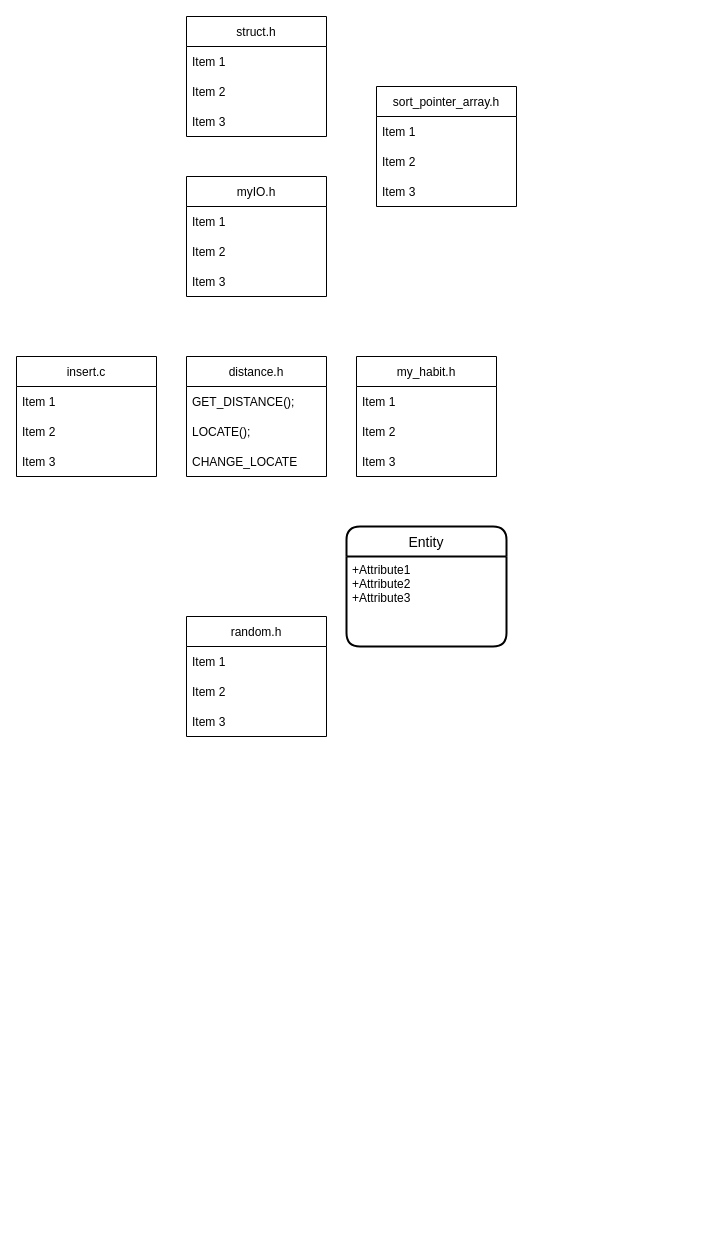
The draw.io diagram Untitled Diagram3.drawio in TzuyenHuang/final_project-Structure_chart, before the edit. Source tidied: cells renumbered, new cells numbered last; positions are measured from the earlier drawing's top-left corner, leaving out a move shared by most shapes. Both pictures are drawn from the tidied source at 100%, with x=0, y=0 at pixel (16, 16).
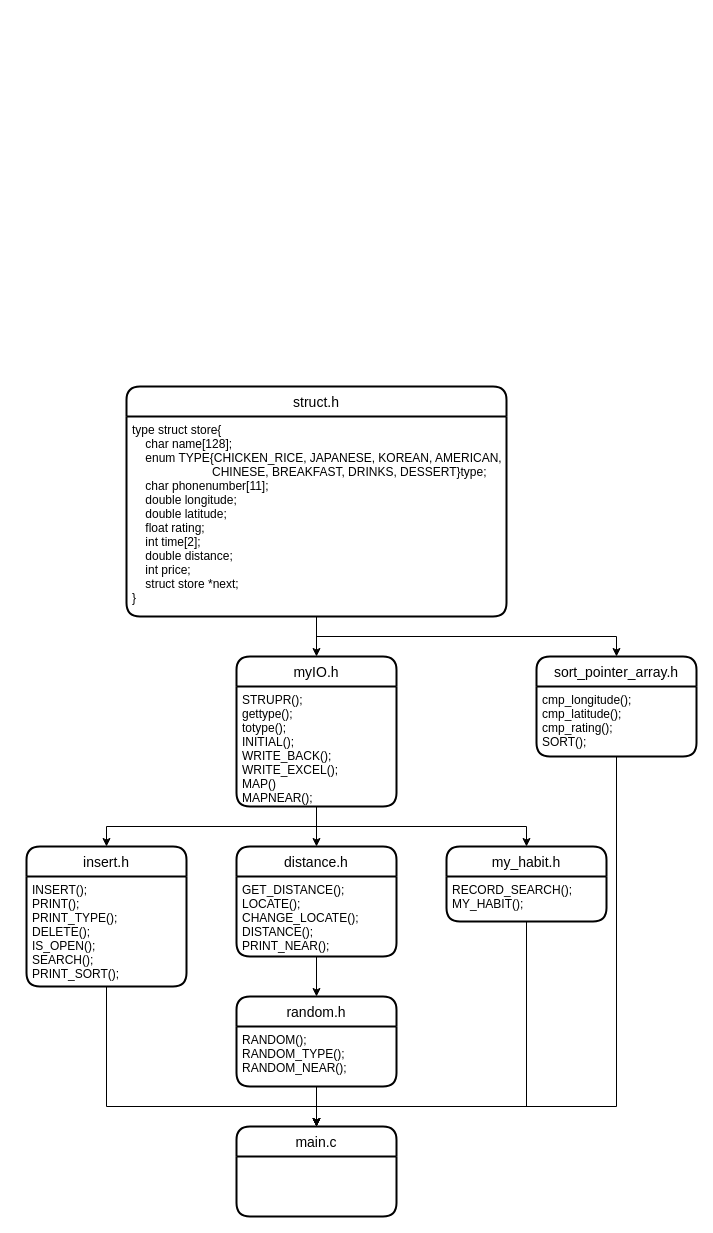
After the change.

Change to the diagram source:
```diff
@@
+    <mxCell id="26" value="my_habit.h" style="swimlane;horizontal=1;startSize=30;rounded=1;fontSize=14;fontStyle=0;strokeWidth=2;shadow=0;dashed=0;align=center;" parent="1" vertex="1">
+      <mxGeometry x="430" y="830" width="160" height="75" as="geometry" />
+    </mxCell>
+    <mxCell id="32" value="RECORD_SEARCH();&#10;MY_HABIT();" style="align=left;strokeColor=none;fillColor=none;spacingLeft=4;fontSize=12;verticalAlign=top;" parent="26" vertex="1">
+      <mxGeometry y="30" width="160" height="45" as="geometry" />
+    </mxCell>
+    <mxCell id="33" value="insert.h" style="swimlane;horizontal=1;startSize=30;rounded=1;fontSize=14;fontStyle=0;strokeWidth=2;shadow=0;dashed=0;align=center;" parent="1" vertex="1">
+      <mxGeometry x="10" y="830" width="160" height="140" as="geometry" />
+    </mxCell>
+    <mxCell id="34" value="INSERT();&#10;PRINT();&#10;PRINT_TYPE();&#10;DELETE();&#10;IS_OPEN();&#10;SEARCH();&#10;PRINT_SORT();" style="align=left;strokeColor=none;fillColor=none;spacingLeft=4;fontSize=12;verticalAlign=top;" parent="33" vertex="1">
+      <mxGeometry y="30" width="160" height="110" as="geometry" />
+    </mxCell>
+    <mxCell id="22" value="random.h" style="swimlane;horizontal=1;startSize=30;rounded=1;fontSize=14;fontStyle=0;strokeWidth=2;shadow=0;dashed=0;align=center;" parent="1" vertex="1">
+      <mxGeometry x="220" y="980" width="160" height="90" as="geometry" />
+    </mxCell>
+    <mxCell id="35" value="RANDOM();&#10;RANDOM_TYPE();&#10;RANDOM_NEAR();" style="align=left;strokeColor=none;fillColor=none;spacingLeft=4;fontSize=12;verticalAlign=top;" parent="22" vertex="1">
+      <mxGeometry y="30" width="160" height="60" as="geometry" />
+    </mxCell>
+    <mxCell id="18" value="distance.h" style="swimlane;horizontal=1;startSize=30;rounded=1;fontSize=14;fontStyle=0;strokeWidth=2;shadow=0;dashed=0;align=center;" parent="1" vertex="1">
+      <mxGeometry x="220" y="830" width="160" height="110" as="geometry" />
+    </mxCell>
+    <mxCell id="36" value="GET_DISTANCE();&#10;LOCATE();&#10;CHANGE_LOCATE();&#10;DISTANCE();&#10;PRINT_NEAR();" style="align=left;strokeColor=none;fillColor=none;spacingLeft=4;fontSize=12;verticalAlign=top;" parent="18" vertex="1">
+      <mxGeometry y="30" width="160" height="80" as="geometry" />
+    </mxCell>
+    <mxCell id="14" value="sort_pointer_array.h" style="swimlane;horizontal=1;startSize=30;rounded=1;fontSize=14;fontStyle=0;strokeWidth=2;shadow=0;dashed=0;align=center;" parent="1" vertex="1">
+      <mxGeometry x="520" y="640" width="160" height="100" as="geometry" />
+    </mxCell>
+    <mxCell id="37" value="cmp_longitude();&#10;cmp_latitude();&#10;cmp_rating();&#10;SORT();" style="align=left;strokeColor=none;fillColor=none;spacingLeft=4;fontSize=12;verticalAlign=top;" parent="14" vertex="1">
+      <mxGeometry y="30" width="160" height="70" as="geometry" />
+    </mxCell>
-    <mxCell id="2" value="struct.h" style="swimlane;fontStyle=0;horizontal=1;startSize=30;" parent="1" vertex="1">
-      <mxGeometry x="170" width="140" height="120" as="geometry" />
+    <mxCell id="2" value="struct.h" style="swimlane;horizontal=1;startSize=30;rounded=1;fontSize=14;fontStyle=0;strokeWidth=2;shadow=0;dashed=0;align=center;" parent="1" vertex="1">
+      <mxGeometry x="110" y="370" width="380" height="230" as="geometry" />
     </mxCell>
-    <mxCell id="3" value="Item 1" style="text;strokeColor=none;fillColor=none;align=left;verticalAlign=middle;spacingLeft=4;spacingRight=4;overflow=hidden;" parent="2" vertex="1">
-      <mxGeometry y="30" width="140" height="30" as="geometry" />
-    </mxCell>
-    <mxCell id="4" value="Item 2" style="text;strokeColor=none;fillColor=none;align=left;verticalAlign=middle;spacingLeft=4;spacingRight=4;overflow=hidden;" parent="2" vertex="1">
-      <mxGeometry y="60" width="140" height="30" as="geometry" />
-    </mxCell>
-    <mxCell id="5" value="Item 3" style="text;strokeColor=none;fillColor=none;align=left;verticalAlign=middle;spacingLeft=4;spacingRight=4;overflow=hidden;" parent="2" vertex="1">
-      <mxGeometry y="90" width="140" height="30" as="geometry" />
-    </mxCell>
+    <mxCell id="38" value="type struct store{&#10;    char name[128];&#10;    enum TYPE{CHICKEN_RICE, JAPANESE, KOREAN, AMERICAN,&#10;                        CHINESE, BREAKFAST, DRINKS, DESSERT}type;&#10;    char phonenumber[11];&#10;    double longitude;&#10;    double latitude;&#10;    float rating;&#10;    int time[2];&#10;    double distance;&#10;    int price;&#10;    struct store *next;&#10;}" style="align=left;strokeColor=none;fillColor=none;spacingLeft=4;fontSize=12;verticalAlign=top;" parent="2" vertex="1">
+      <mxGeometry y="30" width="380" height="200" as="geometry" />
+    </mxCell>
-    <mxCell id="6" value="myIO.h" style="swimlane;fontStyle=0;horizontal=1;startSize=30;" parent="1" vertex="1">
-      <mxGeometry x="170" y="160" width="140" height="120" as="geometry" />
+    <mxCell id="6" value="myIO.h" style="swimlane;horizontal=1;startSize=30;rounded=1;fontSize=14;fontStyle=0;strokeWidth=2;shadow=0;dashed=0;align=center;" parent="1" vertex="1">
+      <mxGeometry x="220" y="640" width="160" height="150" as="geometry" />
     </mxCell>
-    <mxCell id="7" value="Item 1" style="text;strokeColor=none;fillColor=none;align=left;verticalAlign=middle;spacingLeft=4;spacingRight=4;overflow=hidden;" parent="6" vertex="1">
-      <mxGeometry y="30" width="140" height="30" as="geometry" />
-    </mxCell>
-    <mxCell id="8" value="Item 2" style="text;strokeColor=none;fillColor=none;align=left;verticalAlign=middle;spacingLeft=4;spacingRight=4;overflow=hidden;" parent="6" vertex="1">
-      <mxGeometry y="60" width="140" height="30" as="geometry" />
-    </mxCell>
-    <mxCell id="9" value="Item 3" style="text;strokeColor=none;fillColor=none;align=left;verticalAlign=middle;spacingLeft=4;spacingRight=4;overflow=hidden;" parent="6" vertex="1">
-      <mxGeometry y="90" width="140" height="30" as="geometry" />
-    </mxCell>
-    <mxCell id="10" value="insert.c" style="swimlane;fontStyle=0;horizontal=1;startSize=30;" parent="1" vertex="1">
-      <mxGeometry y="340" width="140" height="120" as="geometry" />
-    </mxCell>
-    <mxCell id="11" value="Item 1" style="text;strokeColor=none;fillColor=none;align=left;verticalAlign=middle;spacingLeft=4;spacingRight=4;overflow=hidden;" parent="10" vertex="1">
-      <mxGeometry y="30" width="140" height="30" as="geometry" />
-    </mxCell>
-    <mxCell id="12" value="Item 2" style="text;strokeColor=none;fillColor=none;align=left;verticalAlign=middle;spacingLeft=4;spacingRight=4;overflow=hidden;" parent="10" vertex="1">
-      <mxGeometry y="60" width="140" height="30" as="geometry" />
-    </mxCell>
-    <mxCell id="13" value="Item 3" style="text;strokeColor=none;fillColor=none;align=left;verticalAlign=middle;spacingLeft=4;spacingRight=4;overflow=hidden;" parent="10" vertex="1">
-      <mxGeometry y="90" width="140" height="30" as="geometry" />
-    </mxCell>
-    <mxCell id="14" value="sort_pointer_array.h" style="swimlane;fontStyle=0;horizontal=1;startSize=30;" parent="1" vertex="1">
-      <mxGeometry x="360" y="70" width="140" height="120" as="geometry" />
-    </mxCell>
-    <mxCell id="15" value="Item 1" style="text;strokeColor=none;fillColor=none;align=left;verticalAlign=middle;spacingLeft=4;spacingRight=4;overflow=hidden;" parent="14" vertex="1">
-      <mxGeometry y="30" width="140" height="30" as="geometry" />
-    </mxCell>
-    <mxCell id="16" value="Item 2" style="text;strokeColor=none;fillColor=none;align=left;verticalAlign=middle;spacingLeft=4;spacingRight=4;overflow=hidden;" parent="14" vertex="1">
-      <mxGeometry y="60" width="140" height="30" as="geometry" />
-    </mxCell>
-    <mxCell id="17" value="Item 3" style="text;strokeColor=none;fillColor=none;align=left;verticalAlign=middle;spacingLeft=4;spacingRight=4;overflow=hidden;" parent="14" vertex="1">
-      <mxGeometry y="90" width="140" height="30" as="geometry" />
-    </mxCell>
-    <mxCell id="18" value="distance.h" style="swimlane;fontStyle=0;horizontal=1;startSize=30;" parent="1" vertex="1">
-      <mxGeometry x="170" y="340" width="140" height="120" as="geometry" />
-    </mxCell>
-    <mxCell id="19" value="GET_DISTANCE();" style="text;strokeColor=none;fillColor=none;align=left;verticalAlign=middle;spacingLeft=4;spacingRight=4;overflow=hidden;" parent="18" vertex="1">
-      <mxGeometry y="30" width="140" height="30" as="geometry" />
-    </mxCell>
-    <mxCell id="20" value="LOCATE();" style="text;strokeColor=none;fillColor=none;align=left;verticalAlign=middle;spacingLeft=4;spacingRight=4;overflow=hidden;" parent="18" vertex="1">
-      <mxGeometry y="60" width="140" height="30" as="geometry" />
-    </mxCell>
-    <mxCell id="21" value="CHANGE_LOCATE" style="text;strokeColor=none;fillColor=none;align=left;verticalAlign=middle;spacingLeft=4;spacingRight=4;overflow=hidden;" parent="18" vertex="1">
-      <mxGeometry y="90" width="140" height="30" as="geometry" />
-    </mxCell>
-    <mxCell id="22" value="random.h" style="swimlane;fontStyle=0;horizontal=1;startSize=30;" parent="1" vertex="1">
-      <mxGeometry x="170" y="600" width="140" height="120" as="geometry" />
-    </mxCell>
-    <mxCell id="23" value="Item 1" style="text;strokeColor=none;fillColor=none;align=left;verticalAlign=middle;spacingLeft=4;spacingRight=4;overflow=hidden;" parent="22" vertex="1">
-      <mxGeometry y="30" width="140" height="30" as="geometry" />
-    </mxCell>
-    <mxCell id="24" value="Item 2" style="text;strokeColor=none;fillColor=none;align=left;verticalAlign=middle;spacingLeft=4;spacingRight=4;overflow=hidden;" parent="22" vertex="1">
-      <mxGeometry y="60" width="140" height="30" as="geometry" />
-    </mxCell>
-    <mxCell id="25" value="Item 3" style="text;strokeColor=none;fillColor=none;align=left;verticalAlign=middle;spacingLeft=4;spacingRight=4;overflow=hidden;" parent="22" vertex="1">
-      <mxGeometry y="90" width="140" height="30" as="geometry" />
-    </mxCell>
-    <mxCell id="26" value="my_habit.h" style="swimlane;fontStyle=0;horizontal=1;startSize=30;" parent="1" vertex="1">
-      <mxGeometry x="340" y="340" width="140" height="120" as="geometry" />
-    </mxCell>
-    <mxCell id="27" value="Item 1" style="text;strokeColor=none;fillColor=none;align=left;verticalAlign=middle;spacingLeft=4;spacingRight=4;overflow=hidden;" parent="26" vertex="1">
-      <mxGeometry y="30" width="140" height="30" as="geometry" />
-    </mxCell>
-    <mxCell id="28" value="Item 2" style="text;strokeColor=none;fillColor=none;align=left;verticalAlign=middle;spacingLeft=4;spacingRight=4;overflow=hidden;" parent="26" vertex="1">
-      <mxGeometry y="60" width="140" height="30" as="geometry" />
-    </mxCell>
-    <mxCell id="29" value="Item 3" style="text;strokeColor=none;fillColor=none;align=left;verticalAlign=middle;spacingLeft=4;spacingRight=4;overflow=hidden;" parent="26" vertex="1">
-      <mxGeometry y="90" width="140" height="30" as="geometry" />
-    </mxCell>
-    <mxCell id="30" value="Entity" style="swimlane;horizontal=1;startSize=30;rounded=1;fontSize=14;fontStyle=0;strokeWidth=2;shadow=0;dashed=0;align=center;" parent="1" vertex="1">
-      <mxGeometry x="330" y="510" width="160" height="120" as="geometry" />
-    </mxCell>
-    <mxCell id="31" value="+Attribute1&#10;+Attribute2&#10;+Attribute3" style="align=left;strokeColor=none;fillColor=none;spacingLeft=4;fontSize=12;verticalAlign=top;" parent="30" vertex="1">
-      <mxGeometry y="30" width="160" height="90" as="geometry" />
-    </mxCell>
+    <mxCell id="39" value="STRUPR();&#10;gettype();&#10;totype();&#10;INITIAL();&#10;WRITE_BACK();&#10;WRITE_EXCEL();&#10;MAP()&#10;MAPNEAR();" style="align=left;strokeColor=none;fillColor=none;spacingLeft=4;fontSize=12;verticalAlign=top;" parent="6" vertex="1">
+      <mxGeometry y="30" width="160" height="120" as="geometry" />
+    </mxCell>
+    <mxCell id="40" style="edgeStyle=orthogonalEdgeStyle;rounded=0;jettySize=auto;html=1;entryX=0.5;entryY=0;entryDx=0;entryDy=0;" parent="1" edge="1" source="38" target="6">
+      <mxGeometry relative="1" as="geometry" />
+    </mxCell>
+    <mxCell id="41" style="edgeStyle=orthogonalEdgeStyle;rounded=0;jettySize=auto;html=1;entryX=0.5;entryY=0;entryDx=0;entryDy=0;" parent="1" edge="1" source="39" target="18">
+      <mxGeometry relative="1" as="geometry" />
+    </mxCell>
+    <mxCell id="42" style="edgeStyle=orthogonalEdgeStyle;rounded=0;jettySize=auto;html=1;entryX=0.5;entryY=0;entryDx=0;entryDy=0;exitX=0.5;exitY=1;exitDx=0;exitDy=0;" parent="1" edge="1" source="39" target="26">
+      <mxGeometry relative="1" as="geometry" />
+    </mxCell>
+    <mxCell id="43" style="edgeStyle=orthogonalEdgeStyle;rounded=0;jettySize=auto;html=1;entryX=0.5;entryY=0;entryDx=0;entryDy=0;" parent="1" edge="1" source="36" target="22">
+      <mxGeometry relative="1" as="geometry" />
+    </mxCell>
+    <mxCell id="44" style="edgeStyle=orthogonalEdgeStyle;rounded=0;jettySize=auto;html=1;exitX=0.5;exitY=1;exitDx=0;exitDy=0;entryX=0.5;entryY=0;entryDx=0;entryDy=0;" parent="1" edge="1" source="38" target="14">
+      <mxGeometry relative="1" as="geometry" />
+    </mxCell>
+    <mxCell id="45" value="main.c" style="swimlane;horizontal=1;startSize=30;rounded=1;fontSize=14;fontStyle=0;strokeWidth=2;shadow=0;dashed=0;align=center;" parent="1" vertex="1">
+      <mxGeometry x="220" y="1110" width="160" height="90" as="geometry" />
+    </mxCell>
+    <mxCell id="46" style="edgeStyle=orthogonalEdgeStyle;rounded=0;jettySize=auto;html=1;entryX=0.5;entryY=0;entryDx=0;entryDy=0;" parent="1" edge="1" source="35" target="45">
+      <mxGeometry relative="1" as="geometry" />
+    </mxCell>
+    <mxCell id="47" style="edgeStyle=orthogonalEdgeStyle;rounded=0;jettySize=auto;html=1;entryX=0.5;entryY=0;entryDx=0;entryDy=0;exitX=0.5;exitY=1;exitDx=0;exitDy=0;" parent="1" edge="1" source="34" target="45">
+      <mxGeometry relative="1" as="geometry">
+        <Array as="points">
+          <mxPoint x="90" y="1090" />
+          <mxPoint x="300" y="1090" />
+        </Array>
+      </mxGeometry>
+    </mxCell>
+    <mxCell id="48" style="edgeStyle=orthogonalEdgeStyle;rounded=0;jettySize=auto;html=1;entryX=0.5;entryY=0;entryDx=0;entryDy=0;exitX=0.5;exitY=1;exitDx=0;exitDy=0;" parent="1" edge="1" source="32" target="45">
+      <mxGeometry relative="1" as="geometry">
+        <Array as="points">
+          <mxPoint x="510" y="1090" />
+          <mxPoint x="300" y="1090" />
+        </Array>
+      </mxGeometry>
+    </mxCell>
+    <mxCell id="49" style="edgeStyle=orthogonalEdgeStyle;rounded=0;jettySize=auto;html=1;entryX=0.5;entryY=0;entryDx=0;entryDy=0;exitX=0.5;exitY=1;exitDx=0;exitDy=0;" parent="1" edge="1" source="39" target="33">
+      <mxGeometry relative="1" as="geometry" />
+    </mxCell>
+    <mxCell id="50" style="edgeStyle=orthogonalEdgeStyle;rounded=0;jettySize=auto;html=1;entryX=0.5;entryY=0;entryDx=0;entryDy=0;exitX=0.5;exitY=1;exitDx=0;exitDy=0;" parent="1" edge="1" source="37" target="45">
+      <mxGeometry relative="1" as="geometry">
+        <Array as="points">
+          <mxPoint x="600" y="1090" />
+          <mxPoint x="300" y="1090" />
+        </Array>
+      </mxGeometry>
+    </mxCell>
```
